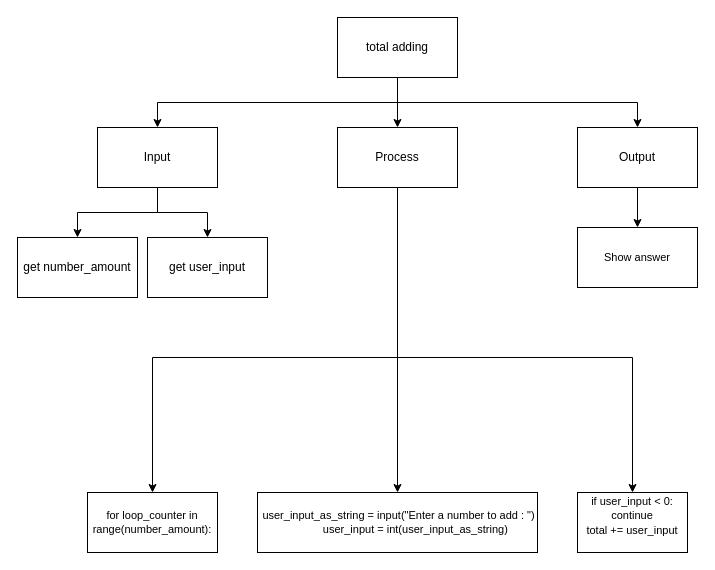
Before: design.drawio in Aleksandr-Ten/ICS3U-Unit4-07-Python, a draw.io diagram. Source tidied: cells renumbered, new cells numbered last; positions are measured from the earlier drawing's top-left corner, leaving out a move shared by most shapes. Both pictures are drawn from the tidied source at 100%, with x=0, y=0 at pixel (17, 17).
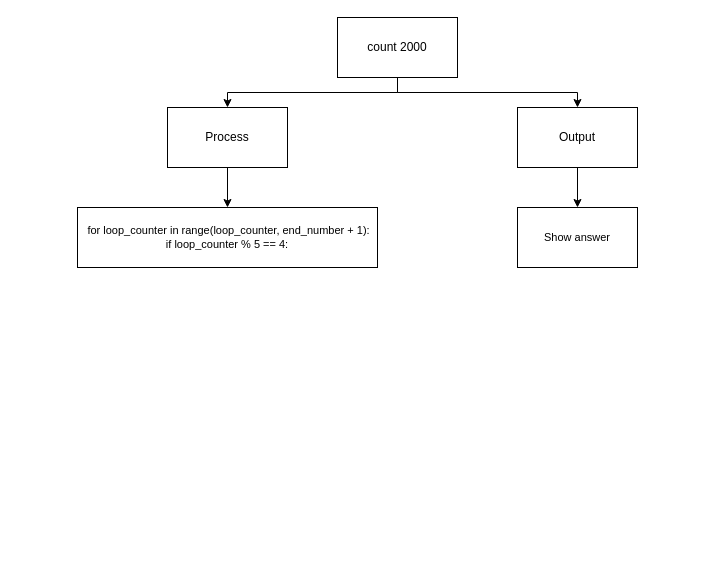
The same page after the edit.

What changed in the source:
```diff
@@
-    <mxCell id="2" style="edgeStyle=none;html=1;exitX=0.5;exitY=1;exitDx=0;exitDy=0;entryX=0.5;entryY=0;entryDx=0;entryDy=0;" parent="1" edge="1" source="5" target="9">
+    <mxCell id="2" style="edgeStyle=orthogonalEdgeStyle;html=1;exitX=0.5;exitY=1;exitDx=0;exitDy=0;entryX=0.5;entryY=0;entryDx=0;entryDy=0;rounded=0;" parent="1" edge="1" source="5" target="9">
       <mxGeometry relative="1" as="geometry" />
     </mxCell>
-    <mxCell id="3" style="edgeStyle=orthogonalEdgeStyle;html=1;exitX=0.5;exitY=1;exitDx=0;exitDy=0;entryX=0.5;entryY=0;entryDx=0;entryDy=0;rounded=0;" parent="1" edge="1" source="5" target="12">
-      <mxGeometry relative="1" as="geometry" />
-    </mxCell>
@@
-    <mxCell id="5" value="total adding" style="rounded=0;whiteSpace=wrap;html=1;" parent="1" vertex="1">
+    <mxCell id="5" value="count 2000" style="rounded=0;whiteSpace=wrap;html=1;" parent="1" vertex="1">
       <mxGeometry x="320" width="120" height="60" as="geometry" />
     </mxCell>
-    <mxCell id="6" style="edgeStyle=none;html=1;entryX=0.5;entryY=0;entryDx=0;entryDy=0;" parent="1" edge="1" source="9" target="17">
-      <mxGeometry relative="1" as="geometry" />
-    </mxCell>
-    <mxCell id="7" style="edgeStyle=orthogonalEdgeStyle;html=1;entryX=0.5;entryY=0;entryDx=0;entryDy=0;rounded=0;" parent="1" edge="1" source="9" target="16">
-      <mxGeometry relative="1" as="geometry">
-        <Array as="points">
-          <mxPoint x="380" y="340" />
-          <mxPoint x="135" y="340" />
-        </Array>
-      </mxGeometry>
-    </mxCell>
-    <mxCell id="8" style="edgeStyle=orthogonalEdgeStyle;shape=connector;rounded=0;html=1;exitX=0.5;exitY=1;exitDx=0;exitDy=0;entryX=0.5;entryY=0;entryDx=0;entryDy=0;labelBackgroundColor=default;fontFamily=Helvetica;fontSize=11;fontColor=default;endArrow=classic;strokeColor=default;" parent="1" edge="1" source="9" target="20">
-      <mxGeometry relative="1" as="geometry">
-        <Array as="points">
-          <mxPoint x="380" y="340" />
-          <mxPoint x="615" y="340" />
-        </Array>
-      </mxGeometry>
+    <mxCell id="8" style="edgeStyle=orthogonalEdgeStyle;shape=connector;rounded=0;html=1;exitX=0.5;exitY=1;exitDx=0;exitDy=0;labelBackgroundColor=default;fontFamily=Helvetica;fontSize=11;fontColor=default;endArrow=classic;strokeColor=default;" parent="1" edge="1" source="9" target="16">
+      <mxGeometry relative="1" as="geometry" />
     </mxCell>
     <mxCell id="9" value="Process" style="rounded=0;whiteSpace=wrap;html=1;" parent="1" vertex="1">
-      <mxGeometry x="320" y="110" width="120" height="60" as="geometry" />
+      <mxGeometry x="150" y="90" width="120" height="60" as="geometry" />
     </mxCell>
-    <mxCell id="10" style="edgeStyle=orthogonalEdgeStyle;shape=connector;rounded=0;html=1;exitX=0.5;exitY=1;exitDx=0;exitDy=0;labelBackgroundColor=default;fontFamily=Helvetica;fontSize=11;fontColor=default;endArrow=classic;strokeColor=default;" parent="1" edge="1" source="12" target="15">
-      <mxGeometry relative="1" as="geometry" />
-    </mxCell>
-    <mxCell id="11" style="edgeStyle=orthogonalEdgeStyle;html=1;exitX=0.5;exitY=1;exitDx=0;exitDy=0;entryX=0.5;entryY=0;entryDx=0;entryDy=0;fontSize=12;rounded=0;" parent="1" edge="1" source="12" target="19">
-      <mxGeometry relative="1" as="geometry" />
-    </mxCell>
-    <mxCell id="12" value="Input" style="rounded=0;whiteSpace=wrap;html=1;" parent="1" vertex="1">
-      <mxGeometry x="80" y="110" width="120" height="60" as="geometry" />
-    </mxCell>
@@
     <mxCell id="14" value="Output" style="rounded=0;whiteSpace=wrap;html=1;" parent="1" vertex="1">
-      <mxGeometry x="560" y="110" width="120" height="60" as="geometry" />
+      <mxGeometry x="500" y="90" width="120" height="60" as="geometry" />
     </mxCell>
-    <mxCell id="15" value="&lt;span style=&quot;font-size: 12px&quot;&gt;get number_amount&lt;/span&gt;" style="rounded=0;whiteSpace=wrap;html=1;fontFamily=Helvetica;fontSize=11;fontColor=default;" parent="1" vertex="1">
-      <mxGeometry y="220" width="120" height="60" as="geometry" />
-    </mxCell>
-    <mxCell id="16" value="for loop_counter in range(number_amount):" style="rounded=0;whiteSpace=wrap;html=1;fontFamily=Helvetica;fontSize=11;fontColor=default;" parent="1" vertex="1">
-      <mxGeometry x="70" y="475" width="130" height="60" as="geometry" />
+    <mxCell id="16" value="&amp;nbsp;for loop_counter in range(loop_counter, end_number + 1):&lt;br&gt;if loop_counter % 5 == 4:" style="rounded=0;whiteSpace=wrap;html=1;fontFamily=Helvetica;fontSize=11;fontColor=default;" parent="1" vertex="1">
+      <mxGeometry x="60" y="190" width="300" height="60" as="geometry" />
     </mxCell>
-    <mxCell id="17" value="&lt;div&gt;&amp;nbsp;user_input_as_string = input(&quot;Enter a number to add : &quot;)&lt;/div&gt;&lt;div&gt;&amp;nbsp; &amp;nbsp; &amp;nbsp; &amp;nbsp; &amp;nbsp; &amp;nbsp; user_input = int(user_input_as_string)&lt;/div&gt;" style="rounded=0;whiteSpace=wrap;html=1;fontFamily=Helvetica;fontSize=11;fontColor=default;" parent="1" vertex="1">
-      <mxGeometry x="240" y="475" width="280" height="60" as="geometry" />
-    </mxCell>
     <mxCell id="18" value="Show answer" style="rounded=0;whiteSpace=wrap;html=1;fontFamily=Helvetica;fontSize=11;fontColor=default;" parent="1" vertex="1">
-      <mxGeometry x="560" y="210" width="120" height="60" as="geometry" />
+      <mxGeometry x="500" y="190" width="120" height="60" as="geometry" />
     </mxCell>
-    <mxCell id="19" value="get user_input" style="rounded=0;whiteSpace=wrap;html=1;" parent="1" vertex="1">
-      <mxGeometry x="130" y="220" width="120" height="60" as="geometry" />
-    </mxCell>
-    <mxCell id="20" value="&lt;div&gt;&lt;span style=&quot;font-size: 11px&quot;&gt;if user_input &amp;lt; 0:&lt;/span&gt;&lt;/div&gt;&lt;div&gt;&lt;span style=&quot;font-size: 11px&quot;&gt;continue&lt;/span&gt;&lt;/div&gt;&lt;div&gt;&lt;span style=&quot;font-size: 11px&quot;&gt;total += user_input&lt;/span&gt;&lt;/div&gt;&lt;div&gt;&lt;br&gt;&lt;/div&gt;" style="rounded=0;whiteSpace=wrap;html=1;fontSize=12;" parent="1" vertex="1">
-      <mxGeometry x="560" y="475" width="110" height="60" as="geometry" />
-    </mxCell>
```
